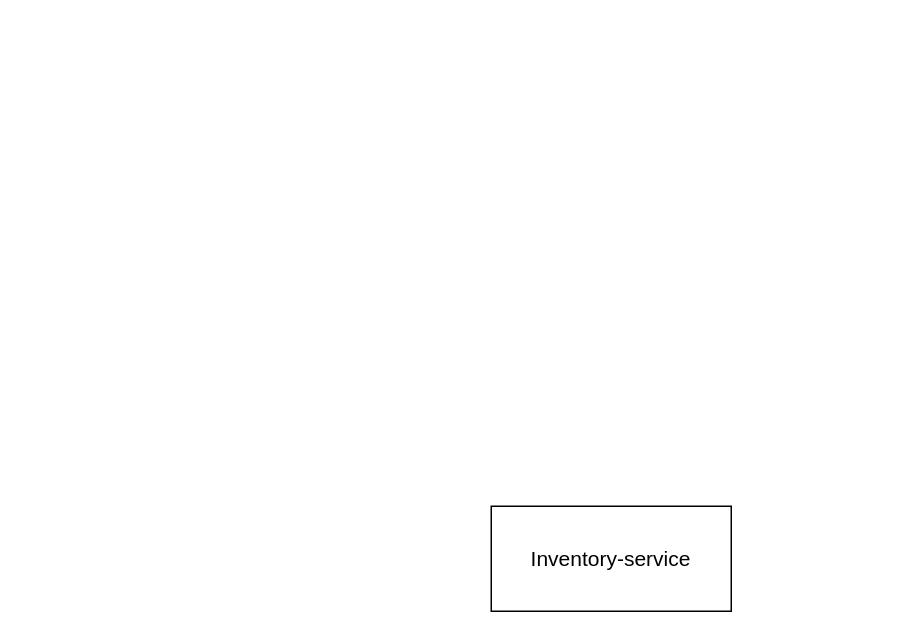
Above: diagram/Biểu đồ không có tiêu đề.drawio in trongphan0500/springmicroservices (draw.io), before the change. Source tidied: cells renumbered, new cells numbered last; positions are measured from the earlier drawing's top-left corner, leaving out a move shared by most shapes. Both pictures are drawn from the tidied source at 150%, with x=0, y=0 at pixel (490, 506).
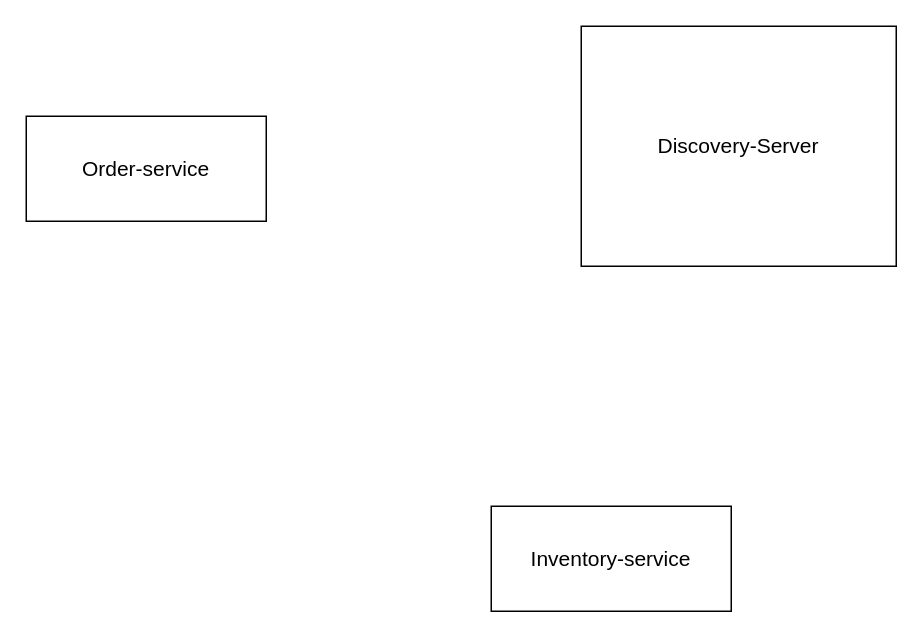
Above is the later version.

The edit, as a diff of the source:
```diff
@@
 <mxGraphModel>
   <root>
     <mxCell id="0" />
     <mxCell id="1" parent="0" />
     <mxCell id="2" value="&lt;font style=&quot;font-size: 14px;&quot;&gt;Inventory-service&lt;/font&gt;" style="rounded=0;whiteSpace=wrap;html=1;" parent="1" vertex="1">
       <mxGeometry width="160" height="70" as="geometry" />
     </mxCell>
+    <mxCell id="3" value="&lt;span style=&quot;font-size: 14px;&quot;&gt;Order-service&lt;/span&gt;" style="rounded=0;whiteSpace=wrap;html=1;" parent="1" vertex="1">
+      <mxGeometry x="-310" y="-260" width="160" height="70" as="geometry" />
+    </mxCell>
+    <mxCell id="4" value="&lt;span style=&quot;font-size: 14px;&quot;&gt;Discovery-Server&lt;/span&gt;" style="rounded=0;whiteSpace=wrap;html=1;" parent="1" vertex="1">
+      <mxGeometry x="60" y="-320" width="210" height="160" as="geometry" />
+    </mxCell>
   </root>
 </mxGraphModel>
```
